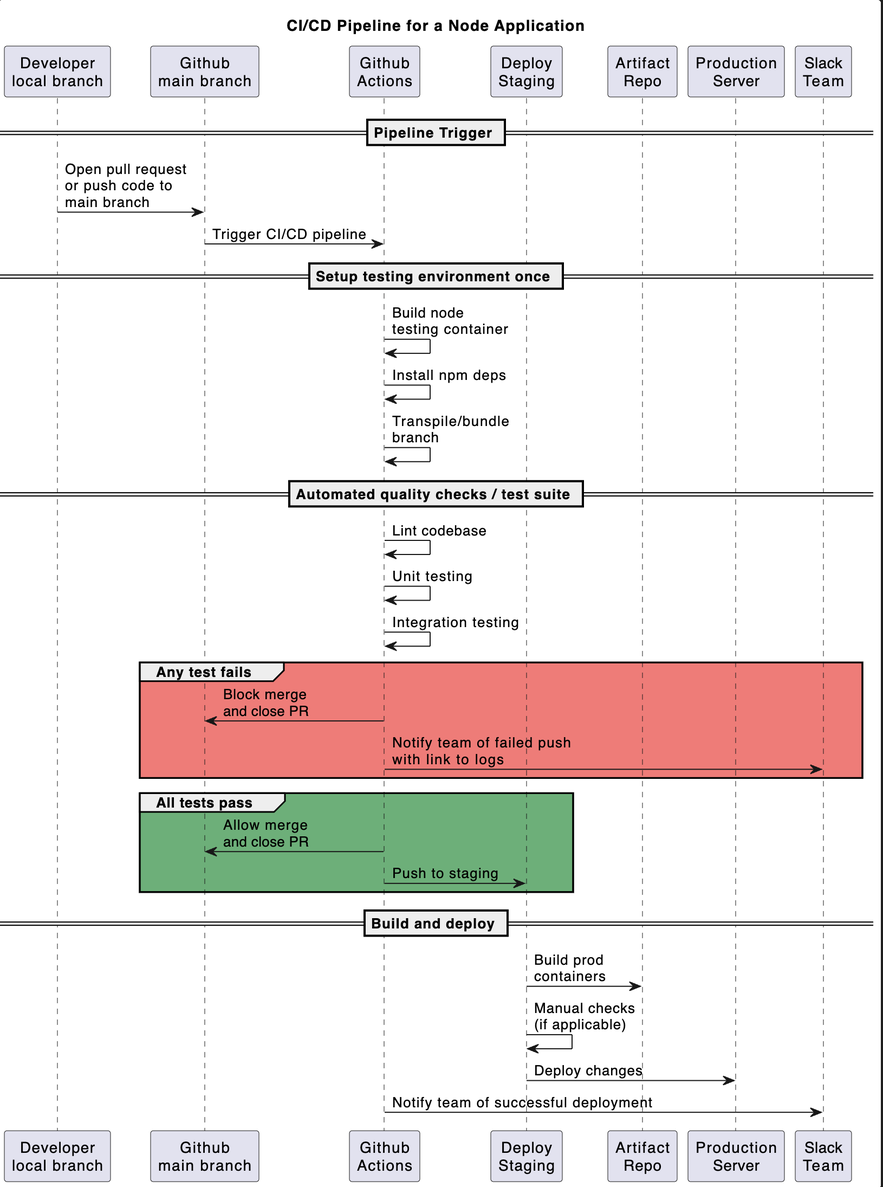
The PlantUML diagram wk7/puml/out/seq.png in jdetok/is5500, before a commit. Its source is kept beside it as wk7/puml/src/seq.puml.
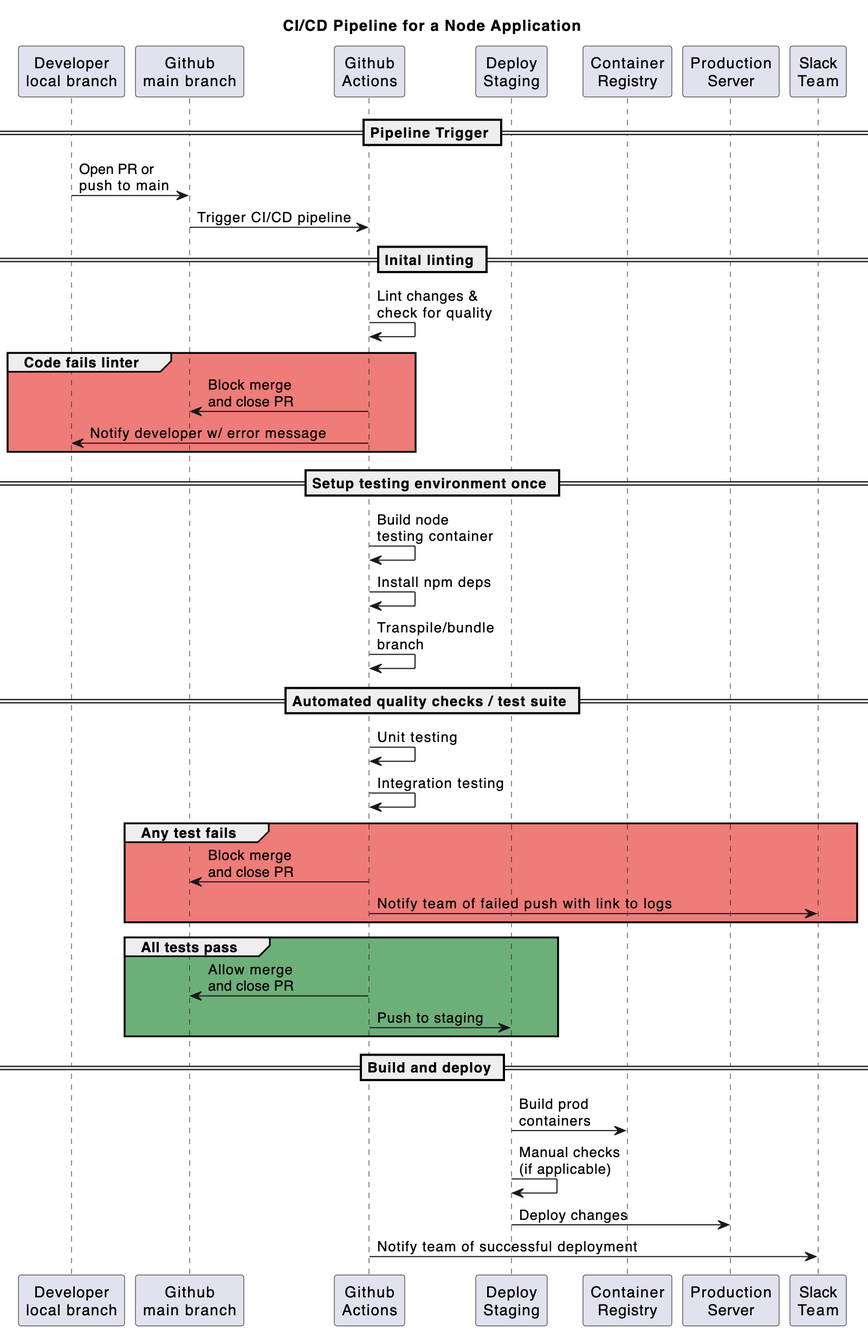
Later version of the same file.

The edit, as a diff of the source:
```diff
@@ -5,24 +5,29 @@
 participant "Github\nmain branch" as repo
 participant "Github\nActions" as act
 participant "Deploy\nStaging" as stage
-participant "Artifact\nRepo" as store
+participant "Container\nRegistry" as store
 participant "Production\nServer" as prod
 participant "Slack\nTeam" as team
 
 == Pipeline Trigger ==
-dev -> repo : Open pull request\nor push code to\nmain branch
+dev -> repo : Open PR or\npush to main
 repo -> act: Trigger CI/CD pipeline
+== Inital linting ==
+act -> act : Lint changes &\ncheck for quality
+group  #ff7474 Code fails linter
+    act -> repo : Block merge\nand close PR
+    act -> dev : Notify developer w/ error message
+end
 == Setup testing environment once ==
 act -> act : Build node\ntesting container
 act -> act : Install npm deps
 act -> act : Transpile/bundle\nbranch
 == Automated quality checks / test suite ==
-act -> act : Lint codebase
 act -> act : Unit testing
 act -> act : Integration testing
 group  #ff7474 Any test fails
     act -> repo : Block merge\nand close PR
-    act -> team : Notify team of failed push\nwith link to logs
+    act -> team : Notify team of failed push with link to logs
 end
 group #54b173 All tests pass
     act -> repo : Allow merge\nand close PR
```
